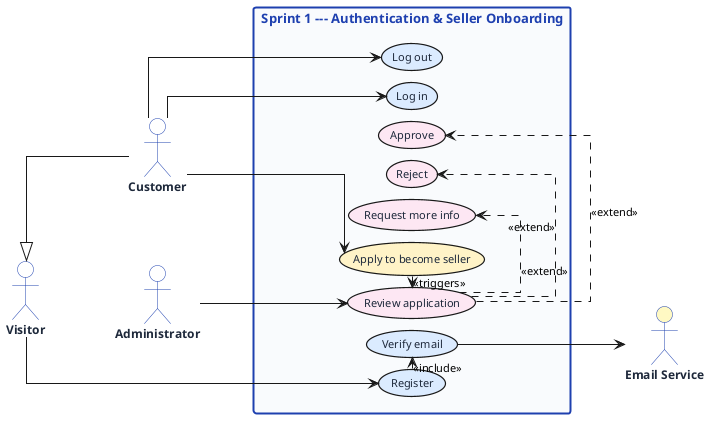
Above: img/uc-sprint1.png in NadimJebali/NadimJebali-Pfe-rapport-V2 (PlantUML), before the change.
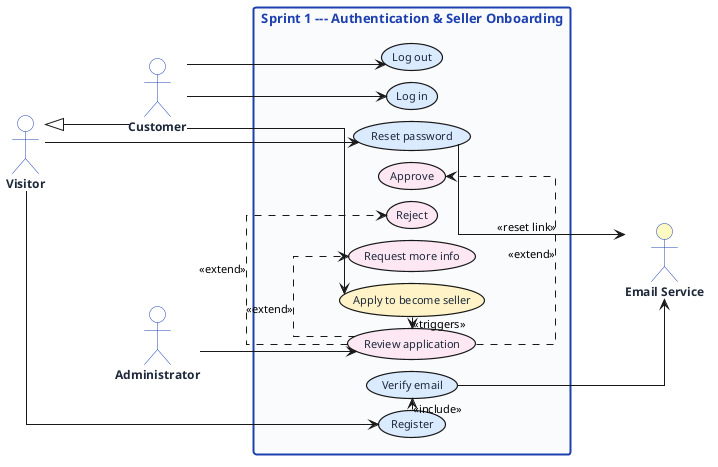
Above is the later version.

Diff of the diagram source:
```diff
@@ -43,6 +43,7 @@
   (Verify email)           as A2 #DBEAFE
   (Log in)                 as A3 #DBEAFE
   (Log out)                as A4 #DBEAFE
+  (Reset password)         as A6 #DBEAFE
   (Apply to become seller) as A5 #FEF3C7
   (Review application)     as D1 #FCE7F3
   (Approve)                as D2 #FCE7F3
@@ -53,6 +54,7 @@
 actor "Email Service" as MAIL #FEF9C3
 
 Visitor  --> A1
+Visitor  --> A6
 Customer --> A3
 Customer --> A4
 Customer --> A5
@@ -64,5 +66,6 @@
 D1 .> D3 : <<extend>>
 D1 .> D4 : <<extend>>
 A2 --> MAIL
+A6 --> MAIL : <<reset link>>
 
 @enduml
```
